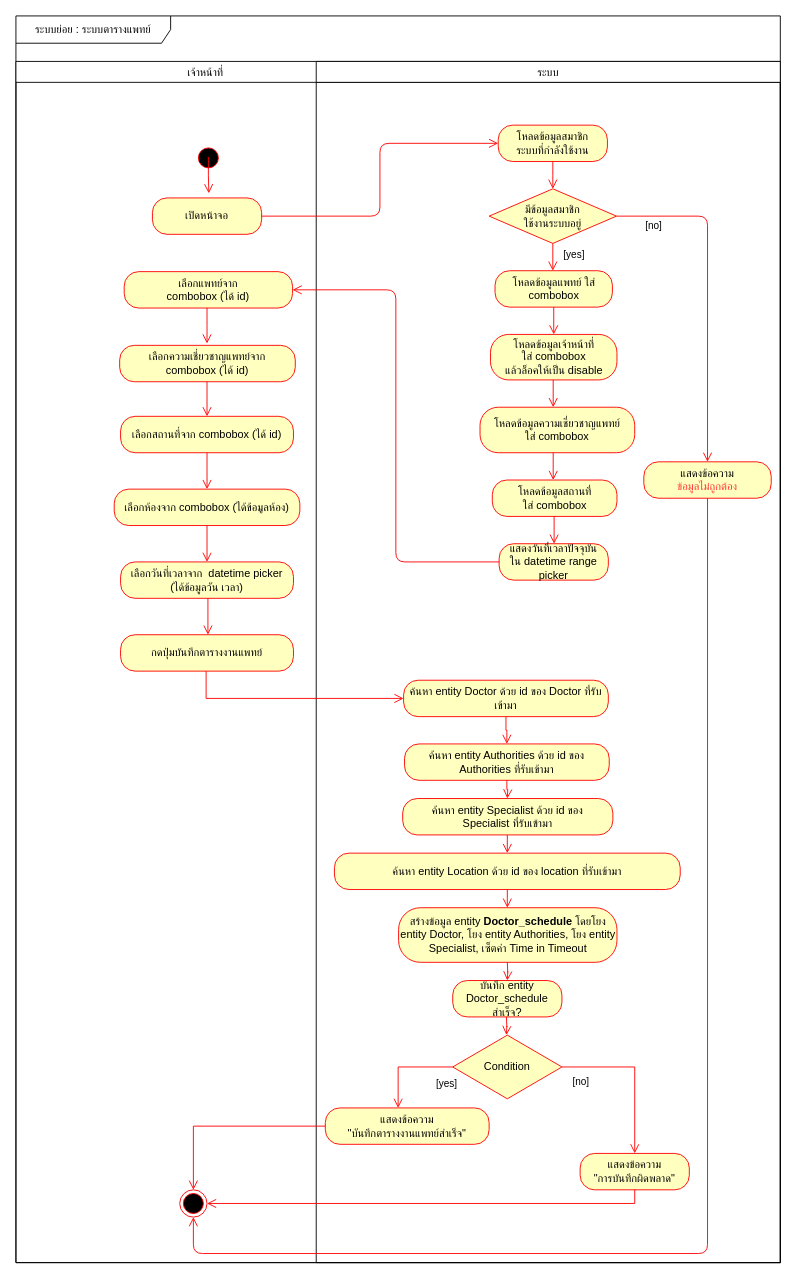
Earlier version of the draw.io diagram page "activity-2" (5 of 6) of ระบบนัดหมาย.drawio (nunpromporn/DoctorSchedule). Source tidied: cells renumbered, new cells numbered last; positions are measured from the earlier drawing's top-left corner, leaving out a move shared by most shapes. Both pictures are drawn from the tidied source at 91%, with x=0, y=0 at pixel (15, 15).
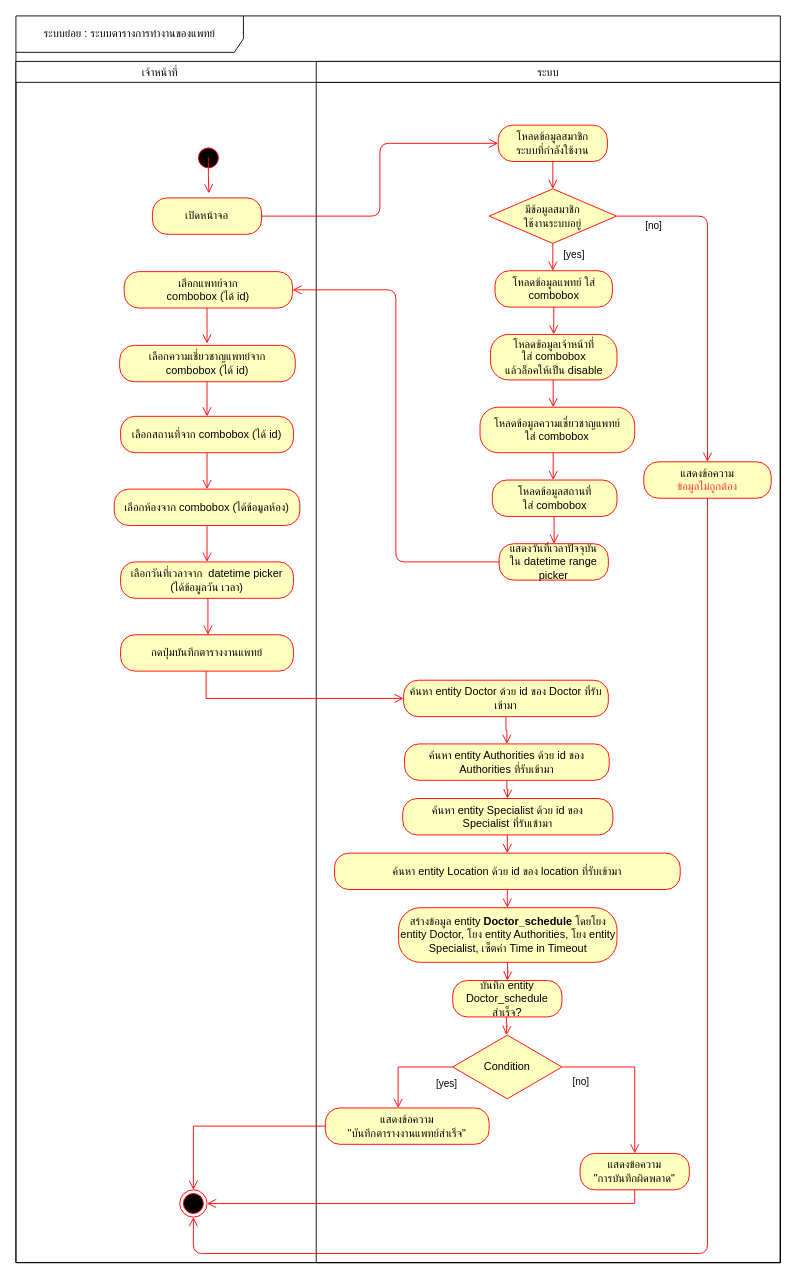
Above is the later version.

Change to the diagram source:
```diff
@@
-    <mxCell id="2" value="ระบบย่อย : ระบบตารางแพทย์" style="shape=umlFrame;whiteSpace=wrap;html=1;width=170;height=30;" parent="1" vertex="1">
+    <mxCell id="2" value="ระบบย่อย : ระบบตารางการทำงานของแพทย์" style="shape=umlFrame;whiteSpace=wrap;html=1;width=250;height=40;" parent="1" vertex="1">
       <mxGeometry width="840" height="1370" as="geometry" />
     </mxCell>
-    <mxCell id="3" value="                                                        เจ้าหน้าที่" style="swimlane;fontStyle=0;align=left;" parent="1" vertex="1">
+    <mxCell id="3" value="                                         เจ้าหน้าที่" style="swimlane;fontStyle=0;align=left;" parent="1" vertex="1">
       <mxGeometry y="50" width="840" height="1320" as="geometry" />
     </mxCell>
```
